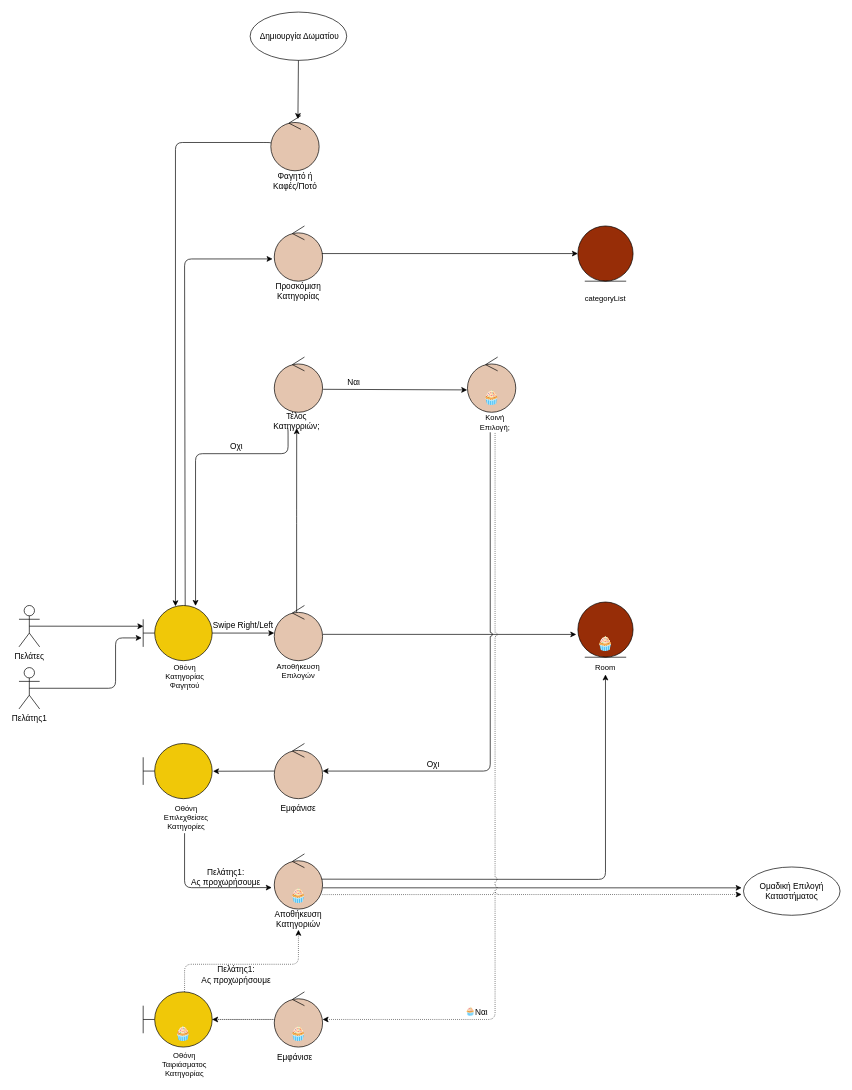
Earlier version of the draw.io diagram docs/contributions/JoannaAgo/Phase_5/Team Choice - Category/Team_Choice_Category_Robustness.drawio (iloudaros/nomnomr). Source tidied: cells renumbered, new cells numbered last; positions are measured from the earlier drawing's top-left corner, leaving out a move shared by most shapes. Both pictures are drawn from the tidied source at 69%, with x=0, y=0 at pixel (19, 12).
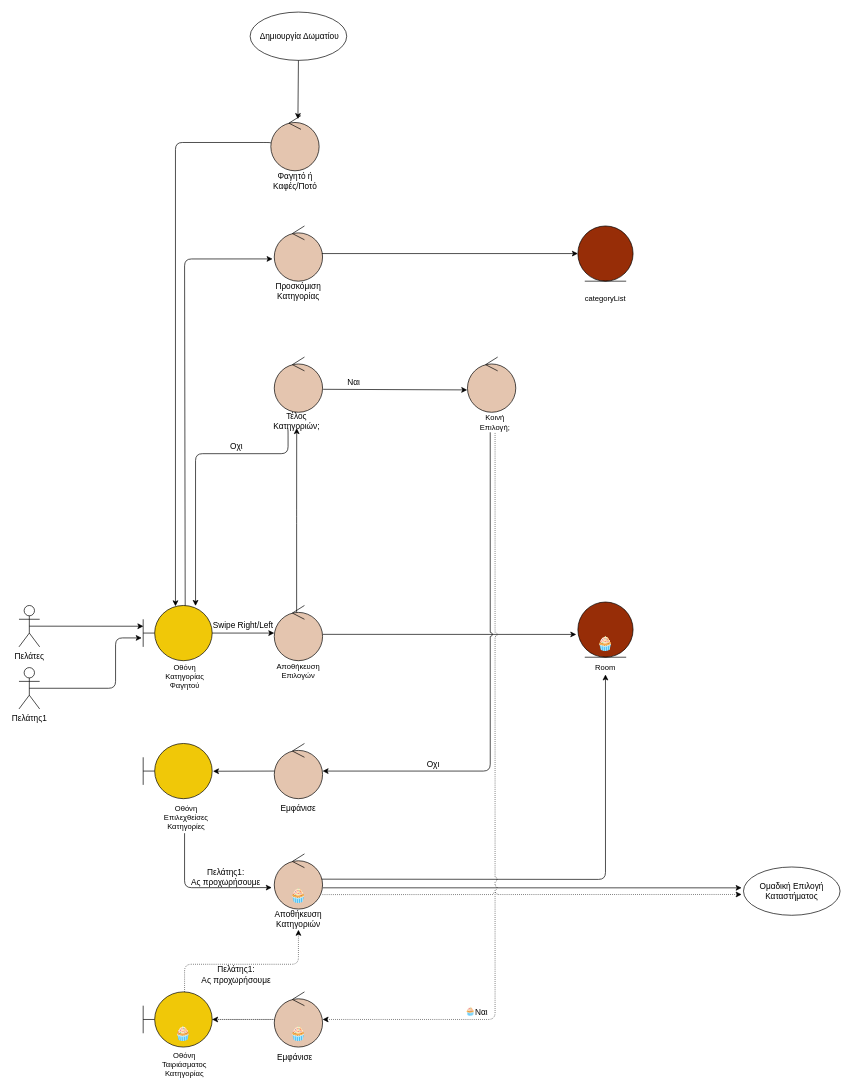
The same page after the edit.

Commit message (it also covers changes not shown here):
updated sequence and robustness

What changed in the source:
```diff
@@
-    <mxCell id="58" value="🧁" style="text;whiteSpace=wrap;html=1;fontSize=20;align=center;verticalAlign=middle;" parent="1" vertex="1">
-      <mxGeometry x="665" y="543" width="40" height="30" as="geometry" />
-    </mxCell>
```
